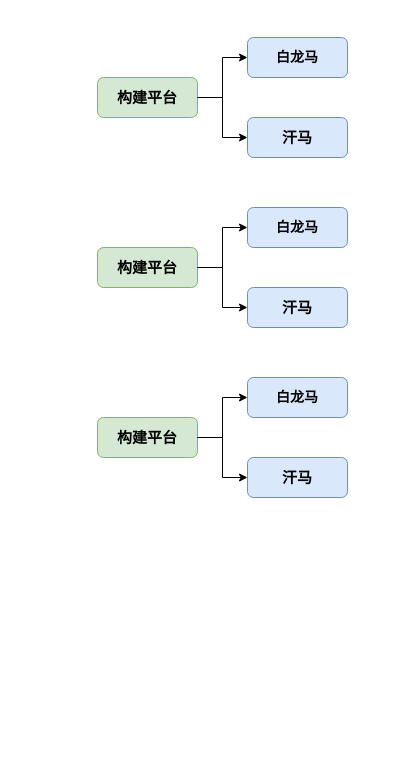
Before: 未命名绘图.drawio in Hzy0913/hanlibrary, a draw.io diagram. Source tidied: cells renumbered, new cells numbered last; positions are measured from the earlier drawing's top-left corner, leaving out a move shared by most shapes. Both pictures are drawn from the tidied source at 100%, with x=0, y=0 at pixel (17, 17).
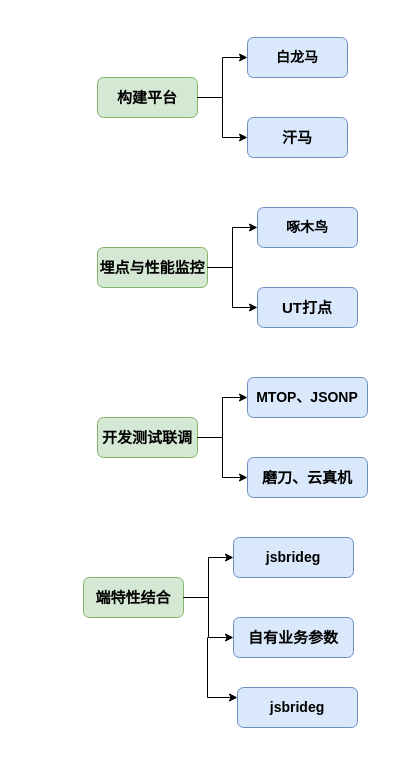
The same diagram, later.

Commit message (it also covers changes not shown here):
更新未命名绘图.drawio

What changed in the source:
```diff
@@
     <mxCell id="2" style="swimlane;startSize=20;horizontal=0;horizontalTree=1;containerType=tree;swimlaneLine=0;strokeWidth=0;fillColor=none;strokeColor=none;" parent="1" vertex="1">
-      <mxGeometry width="370" height="350" as="geometry" />
+      <mxGeometry width="380" height="350" as="geometry" />
     </mxCell>
@@
     <mxCell id="8" style="swimlane;startSize=20;horizontal=0;horizontalTree=1;containerType=tree;swimlaneLine=0;strokeWidth=0;fillColor=none;strokeColor=none;" parent="2" vertex="1">
-      <mxGeometry x="40" y="170" width="310" height="160" as="geometry" />
+      <mxGeometry x="40" y="170" width="320" height="160" as="geometry" />
     </mxCell>
-    <mxCell id="9" value="&lt;font style=&quot;font-size: 15px;&quot;&gt;&lt;b style=&quot;font-size: 15px;&quot;&gt;构建平台&lt;/b&gt;&lt;/font&gt;" style="whiteSpace=wrap;html=1;fillColor=#d5e8d4;strokeColor=#82b366;rounded=1;shadow=0;sketch=0;glass=0;fontSize=15;" parent="8" vertex="1">
-      <mxGeometry x="40" y="60" width="100" height="40" as="geometry" />
+    <mxCell id="9" value="&lt;font style=&quot;font-size: 15px&quot;&gt;&lt;b style=&quot;font-size: 15px&quot;&gt;埋点与性能监控&lt;/b&gt;&lt;/font&gt;" style="whiteSpace=wrap;html=1;fillColor=#d5e8d4;strokeColor=#82b366;rounded=1;shadow=0;sketch=0;glass=0;fontSize=15;" parent="8" vertex="1">
+      <mxGeometry x="40" y="60" width="110" height="40" as="geometry" />
     </mxCell>
-    <mxCell id="10" value="&lt;font style=&quot;font-size: 14px;&quot;&gt;&lt;b style=&quot;font-size: 14px;&quot;&gt;白龙马&lt;/b&gt;&lt;/font&gt;" style="whiteSpace=wrap;html=1;fillColor=#dae8fc;strokeColor=#6c8ebf;rounded=1;fontSize=14;" parent="8" vertex="1">
-      <mxGeometry x="190" y="20" width="100" height="40" as="geometry" />
+    <mxCell id="10" value="&lt;font style=&quot;font-size: 14px&quot;&gt;&lt;b style=&quot;font-size: 14px&quot;&gt;啄木鸟&lt;/b&gt;&lt;/font&gt;" style="whiteSpace=wrap;html=1;fillColor=#dae8fc;strokeColor=#6c8ebf;rounded=1;fontSize=14;" parent="8" vertex="1">
+      <mxGeometry x="200" y="20" width="100" height="40" as="geometry" />
     </mxCell>
@@
-    <mxCell id="12" value="&lt;font style=&quot;font-size: 15px;&quot;&gt;&lt;b style=&quot;font-size: 15px;&quot;&gt;汗马&lt;/b&gt;&lt;/font&gt;" style="whiteSpace=wrap;html=1;fillColor=#dae8fc;strokeColor=#6c8ebf;rounded=1;fontSize=15;" parent="8" vertex="1">
-      <mxGeometry x="190" y="100" width="100" height="40" as="geometry" />
+    <mxCell id="12" value="&lt;font style=&quot;font-size: 15px&quot;&gt;&lt;b style=&quot;font-size: 15px&quot;&gt;UT打点&lt;/b&gt;&lt;/font&gt;" style="whiteSpace=wrap;html=1;fillColor=#dae8fc;strokeColor=#6c8ebf;rounded=1;fontSize=15;" parent="8" vertex="1">
+      <mxGeometry x="200" y="100" width="100" height="40" as="geometry" />
     </mxCell>
@@
     <mxCell id="14" style="swimlane;startSize=20;horizontal=0;horizontalTree=1;containerType=tree;swimlaneLine=0;strokeWidth=0;fillColor=none;strokeColor=none;" parent="1" vertex="1">
-      <mxGeometry x="40" y="340" width="310" height="160" as="geometry" />
+      <mxGeometry x="40" y="340" width="330" height="160" as="geometry" />
     </mxCell>
-    <mxCell id="15" value="&lt;font style=&quot;font-size: 15px;&quot;&gt;&lt;b style=&quot;font-size: 15px;&quot;&gt;构建平台&lt;/b&gt;&lt;/font&gt;" style="whiteSpace=wrap;html=1;fillColor=#d5e8d4;strokeColor=#82b366;rounded=1;shadow=0;sketch=0;glass=0;fontSize=15;" parent="14" vertex="1">
+    <mxCell id="15" value="&lt;font style=&quot;font-size: 15px&quot;&gt;&lt;b style=&quot;font-size: 15px&quot;&gt;开发测试联调&lt;/b&gt;&lt;/font&gt;" style="whiteSpace=wrap;html=1;fillColor=#d5e8d4;strokeColor=#82b366;rounded=1;shadow=0;sketch=0;glass=0;fontSize=15;" parent="14" vertex="1">
       <mxGeometry x="40" y="60" width="100" height="40" as="geometry" />
     </mxCell>
-    <mxCell id="16" value="&lt;font style=&quot;font-size: 14px;&quot;&gt;&lt;b style=&quot;font-size: 14px;&quot;&gt;白龙马&lt;/b&gt;&lt;/font&gt;" style="whiteSpace=wrap;html=1;fillColor=#dae8fc;strokeColor=#6c8ebf;rounded=1;fontSize=14;" parent="14" vertex="1">
-      <mxGeometry x="190" y="20" width="100" height="40" as="geometry" />
+    <mxCell id="16" value="&lt;font style=&quot;font-size: 14px&quot;&gt;&lt;b style=&quot;font-size: 14px&quot;&gt;MTOP、JSONP&lt;/b&gt;&lt;/font&gt;" style="whiteSpace=wrap;html=1;fillColor=#dae8fc;strokeColor=#6c8ebf;rounded=1;fontSize=14;" parent="14" vertex="1">
+      <mxGeometry x="190" y="20" width="120" height="40" as="geometry" />
     </mxCell>
@@
-    <mxCell id="18" value="&lt;font style=&quot;font-size: 15px;&quot;&gt;&lt;b style=&quot;font-size: 15px;&quot;&gt;汗马&lt;/b&gt;&lt;/font&gt;" style="whiteSpace=wrap;html=1;fillColor=#dae8fc;strokeColor=#6c8ebf;rounded=1;fontSize=15;" parent="14" vertex="1">
-      <mxGeometry x="190" y="100" width="100" height="40" as="geometry" />
+    <mxCell id="18" value="&lt;b&gt;磨刀、云真机&lt;/b&gt;" style="whiteSpace=wrap;html=1;fillColor=#dae8fc;strokeColor=#6c8ebf;rounded=1;fontSize=15;" parent="14" vertex="1">
+      <mxGeometry x="190" y="100" width="120" height="40" as="geometry" />
     </mxCell>
@@
+    <mxCell id="20" style="swimlane;startSize=20;horizontal=0;horizontalTree=1;containerType=tree;swimlaneLine=0;strokeWidth=0;fillColor=none;strokeColor=none;" parent="1" vertex="1">
+      <mxGeometry x="26" y="500" width="334" height="230" as="geometry" />
+    </mxCell>
+    <mxCell id="21" value="&lt;font style=&quot;font-size: 15px&quot;&gt;&lt;b style=&quot;font-size: 15px&quot;&gt;端特性结合&lt;/b&gt;&lt;/font&gt;" style="whiteSpace=wrap;html=1;fillColor=#d5e8d4;strokeColor=#82b366;rounded=1;shadow=0;sketch=0;glass=0;fontSize=15;" parent="20" vertex="1">
+      <mxGeometry x="40" y="60" width="100" height="40" as="geometry" />
+    </mxCell>
+    <mxCell id="22" value="&lt;b&gt;jsbrideg&lt;/b&gt;" style="whiteSpace=wrap;html=1;fillColor=#dae8fc;strokeColor=#6c8ebf;rounded=1;fontSize=14;" parent="20" vertex="1">
+      <mxGeometry x="190" y="20" width="120" height="40" as="geometry" />
+    </mxCell>
+    <mxCell id="23" style="edgeStyle=elbowEdgeStyle;elbow=horizontal;html=1;rounded=0;" parent="20" edge="1" source="21" target="22">
+      <mxGeometry relative="1" as="geometry" />
+    </mxCell>
+    <mxCell id="24" value="&lt;b&gt;自有业务参数&lt;/b&gt;" style="whiteSpace=wrap;html=1;fillColor=#dae8fc;strokeColor=#6c8ebf;rounded=1;fontSize=15;" parent="20" vertex="1">
+      <mxGeometry x="190" y="100" width="120" height="40" as="geometry" />
+    </mxCell>
+    <mxCell id="25" style="edgeStyle=elbowEdgeStyle;elbow=horizontal;html=1;rounded=0;" parent="20" edge="1" source="21" target="24">
+      <mxGeometry relative="1" as="geometry" />
+    </mxCell>
+    <mxCell id="26" style="edgeStyle=elbowEdgeStyle;elbow=horizontal;html=1;rounded=0;" parent="20" edge="1">
+      <mxGeometry relative="1" as="geometry">
+        <mxPoint x="164" y="120" as="sourcePoint" />
+        <mxPoint x="194" y="180" as="targetPoint" />
+        <Array as="points">
+          <mxPoint x="164" y="150" />
+        </Array>
+      </mxGeometry>
+    </mxCell>
+    <mxCell id="27" value="&lt;b&gt;jsbrideg&lt;/b&gt;" style="whiteSpace=wrap;html=1;fillColor=#dae8fc;strokeColor=#6c8ebf;rounded=1;fontSize=14;" parent="20" vertex="1">
+      <mxGeometry x="194" y="170" width="120" height="40" as="geometry" />
+    </mxCell>
```
